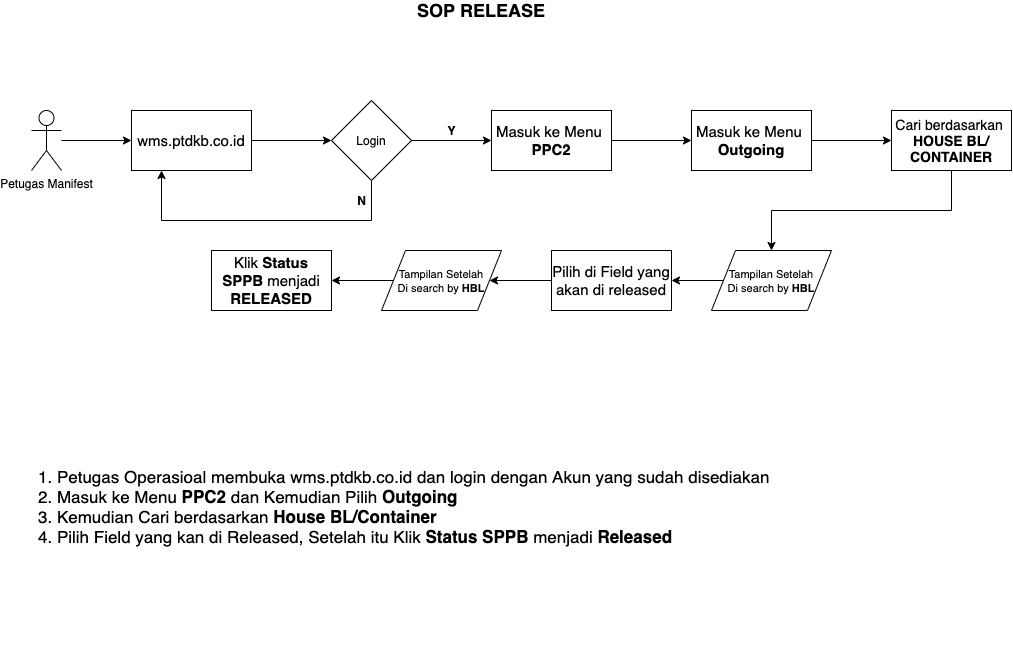
This is img/soprelease.png from sftmm/User-Manual, a draw.io export, as it was before one commit. Source tidied: cells renumbered, new cells last; positions are measured from the earlier drawing's top-left corner, leaving out a move shared by most shapes.
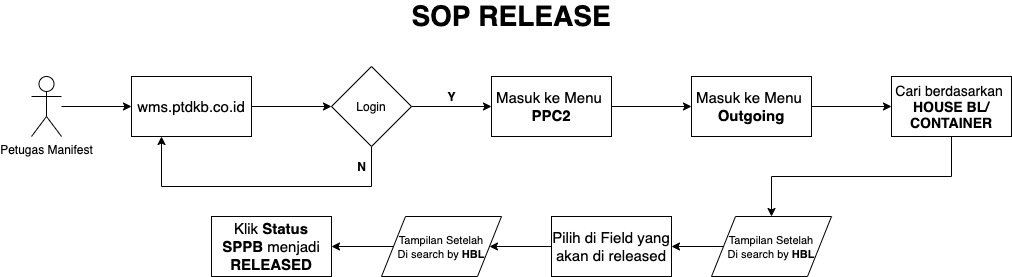
The same diagram one commit later.

What changed in the source:
```diff
@@ -82,11 +82,8 @@
     <mxCell id="23" value="Petugas Manifest" style="shape=umlActor;verticalLabelPosition=bottom;labelBackgroundColor=#ffffff;verticalAlign=top;html=1;outlineConnect=0;" parent="1" vertex="1">
       <mxGeometry y="110" width="30" height="60" as="geometry" />
     </mxCell>
-    <mxCell id="24" value="&lt;font style=&quot;font-size: 18px&quot;&gt;&lt;b&gt;SOP RELEASE&lt;/b&gt;&lt;/font&gt;" style="text;html=1;strokeColor=none;fillColor=none;align=center;verticalAlign=middle;whiteSpace=wrap;rounded=0;" parent="1" vertex="1">
-      <mxGeometry x="360" width="180" height="20" as="geometry" />
+    <mxCell id="24" value="&lt;font size=&quot;1&quot;&gt;&lt;b style=&quot;font-size: 28px&quot;&gt;SOP RELEASE&lt;/b&gt;&lt;/font&gt;" style="text;html=1;strokeColor=none;fillColor=none;align=center;verticalAlign=middle;whiteSpace=wrap;rounded=0;" parent="1" vertex="1">
+      <mxGeometry x="360" y="40" width="240" height="20" as="geometry" />
     </mxCell>
-    <mxCell id="25" value="&lt;font style=&quot;font-size: 17px&quot;&gt;1. Petugas Operasioal membuka wms.ptdkb.co.id dan login dengan Akun yang sudah disediakan&amp;nbsp;&lt;br&gt;2. Masuk ke Menu&lt;b&gt; PPC2 &lt;/b&gt;dan Kemudian Pilih &lt;b&gt;Outgoing&lt;/b&gt;&lt;br&gt;3. Kemudian Cari berdasarkan &lt;b&gt;House BL/Container&lt;/b&gt;&amp;nbsp;&lt;br&gt;4. Pilih Field yang kan di Released, Setelah itu Klik &lt;b&gt;Status SPPB&lt;/b&gt; menjadi &lt;b&gt;Released&lt;/b&gt;&lt;br&gt;&lt;br&gt;&lt;/font&gt;" style="text;html=1;" parent="1" vertex="1">
-      <mxGeometry x="5" y="460" width="650" height="190" as="geometry" />
-    </mxCell>
   </root>
 </mxGraphModel>
```
